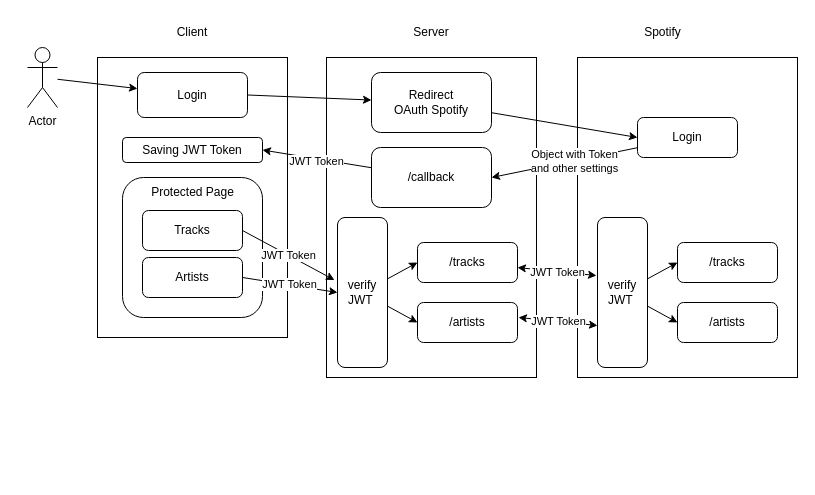
This is projects/backend/docs/jwt-flow.drawio from Eomm/receiptify, a draw.io file, before an edit. Source tidied: cells renumbered, new cells numbered last; positions are measured from the earlier drawing's top-left corner, leaving out a move shared by most shapes. Both pictures are drawn from the tidied source at 100%, with x=0, y=0 at pixel (27, 17).
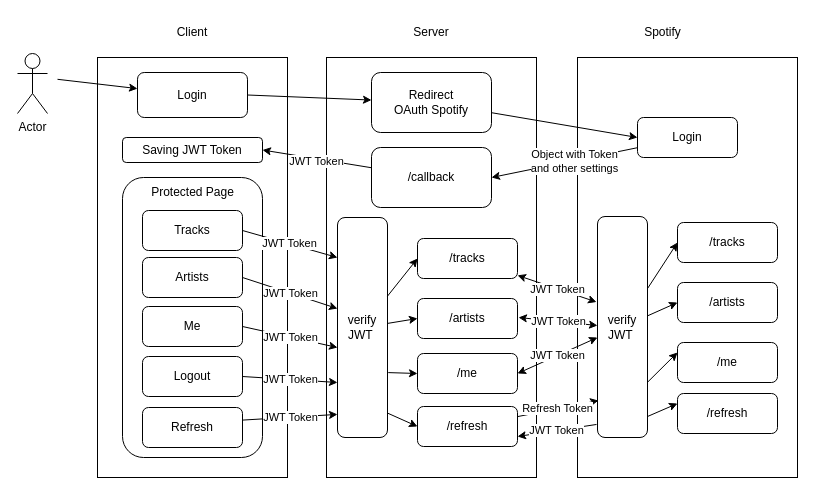
The same diagram, later.

Unchanged cells that the change refers to:
```xml
<mxCell id="8" value="Login" style="rounded=1;whiteSpace=wrap;html=1;" parent="1" vertex="1">
  <mxGeometry x="110" y="55" width="110" height="45" as="geometry" />
</mxCell>
<mxCell id="23" value="Tracks" style="rounded=1;whiteSpace=wrap;html=1;" parent="1" vertex="1">
  <mxGeometry x="115" y="193" width="100" height="40" as="geometry" />
</mxCell>
<mxCell id="32" value="Artists" style="rounded=1;whiteSpace=wrap;html=1;" parent="1" vertex="1">
  <mxGeometry x="115" y="240" width="100" height="40" as="geometry" />
</mxCell>
```

Change to the diagram source:
```diff
@@
     <mxCell id="2" style="rounded=0;whiteSpace=wrap;html=1;fontStyle=1;fillColor=none;" parent="1" vertex="1">
-      <mxGeometry x="550" y="40" width="220" height="320" as="geometry" />
+      <mxGeometry x="550" y="40" width="220" height="420" as="geometry" />
     </mxCell>
-    <mxCell id="3" style="edgeStyle=none;html=1;" parent="1" edge="1" source="4" target="8">
-      <mxGeometry relative="1" as="geometry" />
+    <mxCell id="3" style="edgeStyle=none;html=1;" parent="1" edge="1" target="8">
+      <mxGeometry relative="1" as="geometry">
+        <mxPoint x="30" y="61.8" as="sourcePoint" />
+      </mxGeometry>
     </mxCell>
     <mxCell id="4" value="Actor" style="shape=umlActor;verticalLabelPosition=bottom;verticalAlign=top;html=1;outlineConnect=0;" parent="1" vertex="1">
-      <mxGeometry y="30" width="30" height="60" as="geometry" />
+      <mxGeometry x="-10" y="36" width="30" height="60" as="geometry" />
     </mxCell>
@@
     <mxCell id="6" style="rounded=0;whiteSpace=wrap;html=1;fillColor=none;" parent="1" vertex="1">
-      <mxGeometry x="70" y="40" width="190" height="280" as="geometry" />
+      <mxGeometry x="70" y="40" width="190" height="420" as="geometry" />
     </mxCell>
@@
     <mxCell id="9" style="rounded=0;whiteSpace=wrap;html=1;fontStyle=1;fillColor=none;" parent="1" vertex="1">
-      <mxGeometry x="299" y="40" width="210" height="320" as="geometry" />
+      <mxGeometry x="299" y="40" width="210" height="420" as="geometry" />
     </mxCell>
@@
     <mxCell id="20" style="rounded=1;whiteSpace=wrap;html=1;" parent="1" vertex="1">
-      <mxGeometry x="95" y="160" width="140" height="140" as="geometry" />
+      <mxGeometry x="95" y="160" width="140" height="280" as="geometry" />
     </mxCell>
@@
-    <mxCell id="22" value="JWT Token" style="edgeStyle=none;html=1;entryX=-0.06;entryY=0.417;entryDx=0;entryDy=0;entryPerimeter=0;exitX=1;exitY=0.5;exitDx=0;exitDy=0;" parent="1" edge="1" source="23" target="30">
+    <mxCell id="22" value="JWT Token" style="edgeStyle=none;html=1;entryX=0;entryY=0.182;entryDx=0;entryDy=0;entryPerimeter=0;exitX=1;exitY=0.5;exitDx=0;exitDy=0;" parent="1" edge="1" source="23" target="30">
       <mxGeometry relative="1" as="geometry" />
     </mxCell>
@@
     <mxCell id="27" value="/tracks" style="rounded=1;whiteSpace=wrap;html=1;" parent="1" vertex="1">
-      <mxGeometry x="390" y="225" width="100" height="40" as="geometry" />
+      <mxGeometry x="390" y="221" width="100" height="40" as="geometry" />
     </mxCell>
@@
     <mxCell id="30" value="verify&lt;br&gt;JWT&amp;nbsp;&lt;br&gt;" style="rounded=1;whiteSpace=wrap;html=1;fillColor=none;" parent="1" vertex="1">
-      <mxGeometry x="310" y="200" width="50" height="150" as="geometry" />
+      <mxGeometry x="310" y="200" width="50" height="220" as="geometry" />
     </mxCell>
     <mxCell id="31" value="/artists" style="rounded=1;whiteSpace=wrap;html=1;" parent="1" vertex="1">
-      <mxGeometry x="390" y="285" width="100" height="40" as="geometry" />
+      <mxGeometry x="390" y="281" width="100" height="40" as="geometry" />
     </mxCell>
@@
-    <mxCell id="33" value="JWT Token" style="edgeStyle=none;html=1;entryX=0;entryY=0.5;entryDx=0;entryDy=0;exitX=1;exitY=0.5;exitDx=0;exitDy=0;" parent="1" edge="1" source="32" target="30">
+    <mxCell id="33" value="JWT Token" style="edgeStyle=none;html=1;entryX=0;entryY=0.414;entryDx=0;entryDy=0;exitX=1;exitY=0.5;exitDx=0;exitDy=0;entryPerimeter=0;" parent="1" edge="1" source="32" target="30">
       <mxGeometry relative="1" as="geometry" />
     </mxCell>
     <mxCell id="34" value="/tracks" style="rounded=1;whiteSpace=wrap;html=1;" parent="1" vertex="1">
-      <mxGeometry x="650" y="225" width="100" height="40" as="geometry" />
+      <mxGeometry x="650" y="205" width="100" height="40" as="geometry" />
     </mxCell>
@@
+    <mxCell id="40" value="JWT Token" style="edgeStyle=none;html=1;entryX=1;entryY=0.75;entryDx=0;entryDy=0;exitX=-0.02;exitY=0.941;exitDx=0;exitDy=0;exitPerimeter=0;" parent="1" edge="1" source="37" target="51">
+      <mxGeometry relative="1" as="geometry" />
+    </mxCell>
     <mxCell id="37" value="verify&lt;br&gt;JWT&amp;nbsp;&lt;br&gt;" style="rounded=1;whiteSpace=wrap;html=1;fillColor=none;" parent="1" vertex="1">
-      <mxGeometry x="570" y="200" width="50" height="150" as="geometry" />
+      <mxGeometry x="570" y="199" width="50" height="221" as="geometry" />
     </mxCell>
     <mxCell id="38" value="/artists" style="rounded=1;whiteSpace=wrap;html=1;" parent="1" vertex="1">
-      <mxGeometry x="650" y="285" width="100" height="40" as="geometry" />
+      <mxGeometry x="650" y="265" width="100" height="40" as="geometry" />
     </mxCell>
     <mxCell id="39" value="JWT Token" style="edgeStyle=none;html=1;entryX=-0.02;entryY=0.387;entryDx=0;entryDy=0;entryPerimeter=0;startArrow=classic;startFill=1;" parent="1" edge="1">
-      <mxGeometry relative="1" as="geometry">
+      <mxGeometry x="0.01" relative="1" as="geometry">
         <mxPoint x="491" y="300" as="sourcePoint" />
         <mxPoint x="570" y="308" as="targetPoint" />
       </mxGeometry>
     </mxCell>
+    <mxCell id="41" value="Me" style="rounded=1;whiteSpace=wrap;html=1;" parent="1" vertex="1">
+      <mxGeometry x="115" y="289" width="100" height="40" as="geometry" />
+    </mxCell>
+    <mxCell id="42" value="JWT Token" style="edgeStyle=none;html=1;entryX=0;entryY=0.591;entryDx=0;entryDy=0;exitX=1;exitY=0.5;exitDx=0;exitDy=0;entryPerimeter=0;" parent="1" edge="1" source="41" target="30">
+      <mxGeometry relative="1" as="geometry" />
+    </mxCell>
+    <mxCell id="43" value="/me" style="rounded=1;whiteSpace=wrap;html=1;" parent="1" vertex="1">
+      <mxGeometry x="390" y="336" width="100" height="40" as="geometry" />
+    </mxCell>
+    <mxCell id="44" style="edgeStyle=none;html=1;entryX=0;entryY=0.5;entryDx=0;entryDy=0;exitX=1.015;exitY=0.705;exitDx=0;exitDy=0;exitPerimeter=0;" parent="1" edge="1" source="30" target="43">
+      <mxGeometry relative="1" as="geometry" />
+    </mxCell>
+    <mxCell id="45" value="JWT Token" style="edgeStyle=none;html=1;startArrow=classic;startFill=1;exitX=1;exitY=0.5;exitDx=0;exitDy=0;" parent="1" edge="1" source="43">
+      <mxGeometry x="0.01" relative="1" as="geometry">
+        <mxPoint x="570" y="320" as="targetPoint" />
+      </mxGeometry>
+    </mxCell>
+    <mxCell id="46" value="/me" style="rounded=1;whiteSpace=wrap;html=1;" parent="1" vertex="1">
+      <mxGeometry x="650" y="325" width="100" height="40" as="geometry" />
+    </mxCell>
+    <mxCell id="47" style="edgeStyle=none;html=1;entryX=0;entryY=0.25;entryDx=0;entryDy=0;exitX=1;exitY=0.75;exitDx=0;exitDy=0;" parent="1" edge="1" source="37" target="46">
+      <mxGeometry relative="1" as="geometry" />
+    </mxCell>
+    <mxCell id="48" value="Logout" style="rounded=1;whiteSpace=wrap;html=1;" parent="1" vertex="1">
+      <mxGeometry x="115" y="339" width="100" height="40" as="geometry" />
+    </mxCell>
+    <mxCell id="49" value="Refresh" style="rounded=1;whiteSpace=wrap;html=1;" parent="1" vertex="1">
+      <mxGeometry x="115" y="390" width="100" height="40" as="geometry" />
+    </mxCell>
+    <mxCell id="50" value="Refresh Token" style="edgeStyle=none;html=1;entryX=0.02;entryY=0.833;entryDx=0;entryDy=0;entryPerimeter=0;" parent="1" edge="1" source="51" target="37">
+      <mxGeometry relative="1" as="geometry" />
+    </mxCell>
+    <mxCell id="51" value="/refresh" style="rounded=1;whiteSpace=wrap;html=1;" parent="1" vertex="1">
+      <mxGeometry x="390" y="389" width="100" height="40" as="geometry" />
+    </mxCell>
+    <mxCell id="52" style="edgeStyle=none;html=1;entryX=0;entryY=0.5;entryDx=0;entryDy=0;exitX=1;exitY=0.889;exitDx=0;exitDy=0;exitPerimeter=0;" parent="1" edge="1" source="30" target="51">
+      <mxGeometry relative="1" as="geometry" />
+    </mxCell>
+    <mxCell id="53" value="/refresh" style="rounded=1;whiteSpace=wrap;html=1;" parent="1" vertex="1">
+      <mxGeometry x="650" y="376" width="100" height="40" as="geometry" />
+    </mxCell>
+    <mxCell id="54" style="edgeStyle=none;html=1;entryX=0;entryY=0.25;entryDx=0;entryDy=0;exitX=1;exitY=0.905;exitDx=0;exitDy=0;exitPerimeter=0;" parent="1" edge="1" source="37" target="53">
+      <mxGeometry relative="1" as="geometry" />
+    </mxCell>
+    <mxCell id="55" value="JWT Token" style="edgeStyle=none;html=1;entryX=0;entryY=0.75;entryDx=0;entryDy=0;exitX=1;exitY=0.5;exitDx=0;exitDy=0;" parent="1" edge="1" source="48" target="30">
+      <mxGeometry relative="1" as="geometry" />
+    </mxCell>
+    <mxCell id="56" value="JWT Token" style="edgeStyle=none;html=1;entryX=0;entryY=0.895;entryDx=0;entryDy=0;exitX=1;exitY=0.5;exitDx=0;exitDy=0;entryPerimeter=0;" parent="1" edge="1" target="30">
+      <mxGeometry relative="1" as="geometry">
+        <mxPoint x="215" y="402.6" as="sourcePoint" />
+      </mxGeometry>
+    </mxCell>
```
